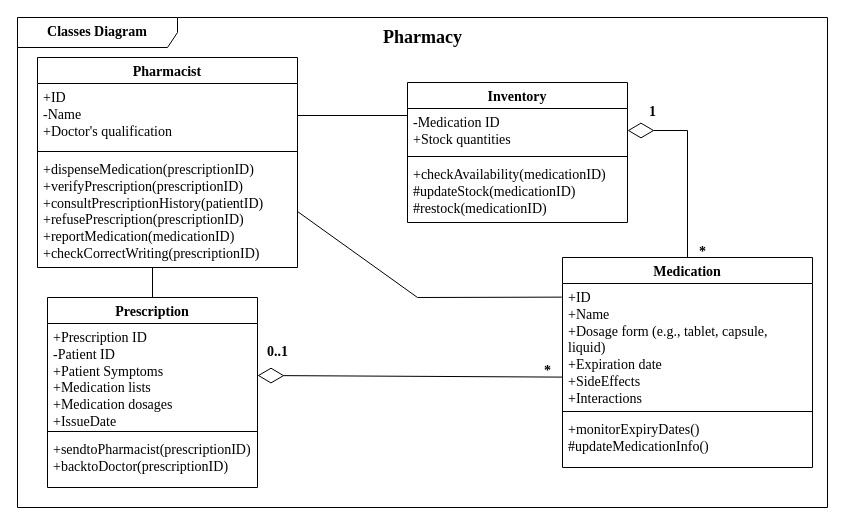
Above: Class Diagram.drawio in FOMOKN/Software-Engineering (draw.io), before the change. Source tidied: cells renumbered, new cells numbered last; positions are measured from the earlier drawing's top-left corner, leaving out a move shared by most shapes. Both pictures are drawn from the tidied source at 100%, with x=0, y=0 at pixel (17, 17).
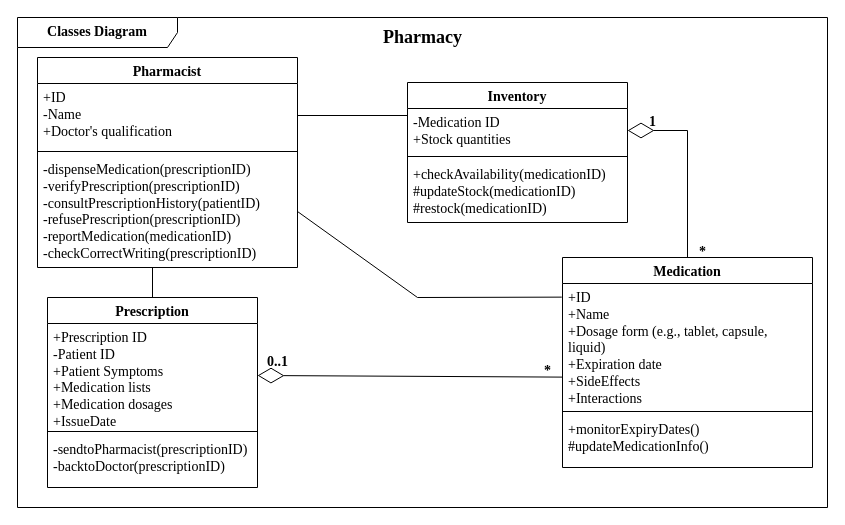
After the change.

The change refers to these unchanged cells:
```xml
<mxCell id="2" value="&lt;font style=&quot;font-size: 14px;&quot; face=&quot;Times New Roman&quot;&gt;&lt;b&gt;Classes Diagram&lt;/b&gt;&lt;/font&gt;" style="shape=umlFrame;whiteSpace=wrap;html=1;width=160;" parent="1" vertex="1">
  <mxGeometry width="810" height="490" as="geometry" />
</mxCell>
<mxCell id="11" value="&lt;font style=&quot;font-size: 14px;&quot;&gt;Prescription&lt;/font&gt;" style="swimlane;fontStyle=1;align=center;verticalAlign=top;horizontal=1;startSize=26;whiteSpace=wrap;html=1;fontFamily=Times New Roman;" parent="2" vertex="1">
  <mxGeometry x="30" y="280" width="210" height="190" as="geometry" />
</mxCell>
<mxCell id="15" value="&lt;font style=&quot;font-size: 14px;&quot; face=&quot;Times New Roman&quot;&gt;Pharmacist&lt;/font&gt;" style="swimlane;fontStyle=1;align=center;verticalAlign=top;horizontal=1;startSize=26;whiteSpace=wrap;html=1;" parent="2" vertex="1">
  <mxGeometry x="20" y="40" width="260" height="210" as="geometry" />
</mxCell>
```

What changed in the source:
```diff
@@
-    <mxCell id="14" value="+sendtoPharmacist(prescriptionID)&lt;br&gt;+backtoDoctor(prescriptionID)" style="text;strokeColor=none;fillColor=none;align=left;verticalAlign=top;spacingLeft=4;spacingRight=4;overflow=hidden;whiteSpace=wrap;html=1;fontFamily=Times New Roman;fontSize=14;" parent="11" vertex="1">
+    <mxCell id="14" value="-sendtoPharmacist(prescriptionID)&lt;br&gt;-backtoDoctor(prescriptionID)" style="text;strokeColor=none;fillColor=none;align=left;verticalAlign=top;spacingLeft=4;spacingRight=4;overflow=hidden;whiteSpace=wrap;html=1;fontFamily=Times New Roman;fontSize=14;" parent="11" vertex="1">
       <mxGeometry y="138" width="210" height="52" as="geometry" />
     </mxCell>
@@
-    <mxCell id="18" value="&lt;font style=&quot;font-size: 14px;&quot;&gt;+dispenseMedication(prescriptionID)&lt;br style=&quot;font-size: 14px;&quot;&gt;&lt;/font&gt;+verifyPrescription(prescriptionID)&lt;br&gt;&lt;font style=&quot;font-size: 14px;&quot;&gt;+consultPrescriptionHistory(patientID)&lt;br&gt;+refusePrescription(prescriptionID)&lt;br&gt;+reportMedication(medicationID)&lt;br&gt;+checkCorrectWriting(prescriptionID)&lt;br style=&quot;font-size: 14px;&quot;&gt;&lt;/font&gt;" style="text;strokeColor=none;fillColor=none;align=left;verticalAlign=top;spacingLeft=4;spacingRight=4;overflow=hidden;points=[[0,0.5],[1,0.5]];portConstraint=eastwest;whiteSpace=wrap;html=1;fontFamily=Times New Roman;fontSize=14;" parent="15" vertex="1">
+    <mxCell id="18" value="&lt;font style=&quot;font-size: 14px;&quot;&gt;-dispenseMedication(prescriptionID)&lt;br style=&quot;font-size: 14px;&quot;&gt;&lt;/font&gt;-verifyPrescription(prescriptionID)&lt;br&gt;&lt;font style=&quot;font-size: 14px;&quot;&gt;-consultPrescriptionHistory(patientID)&lt;br&gt;-refusePrescription(prescriptionID)&lt;br&gt;-reportMedication(medicationID)&lt;br&gt;-checkCorrectWriting(prescriptionID)&lt;br style=&quot;font-size: 14px;&quot;&gt;&lt;/font&gt;" style="text;strokeColor=none;fillColor=none;align=left;verticalAlign=top;spacingLeft=4;spacingRight=4;overflow=hidden;points=[[0,0.5],[1,0.5]];portConstraint=eastwest;whiteSpace=wrap;html=1;fontFamily=Times New Roman;fontSize=14;" parent="15" vertex="1">
       <mxGeometry y="98" width="260" height="112" as="geometry" />
     </mxCell>
@@
     <mxCell id="23" value="0..1" style="text;html=1;align=center;verticalAlign=middle;strokeColor=none;fillColor=none;fontSize=14;fontFamily=Times New Roman;fontStyle=1;" parent="2" vertex="1">
-      <mxGeometry x="240" y="320" width="40" height="30" as="geometry" />
+      <mxGeometry x="240" y="330" width="40" height="30" as="geometry" />
     </mxCell>
     <mxCell id="24" value="1" style="text;html=1;align=center;verticalAlign=middle;strokeColor=none;fillColor=none;fontFamily=Times New Roman;fontStyle=1;fontSize=14;" parent="2" vertex="1">
-      <mxGeometry x="620" y="80" width="30" height="30" as="geometry" />
+      <mxGeometry x="620" y="90" width="30" height="30" as="geometry" />
     </mxCell>
```
